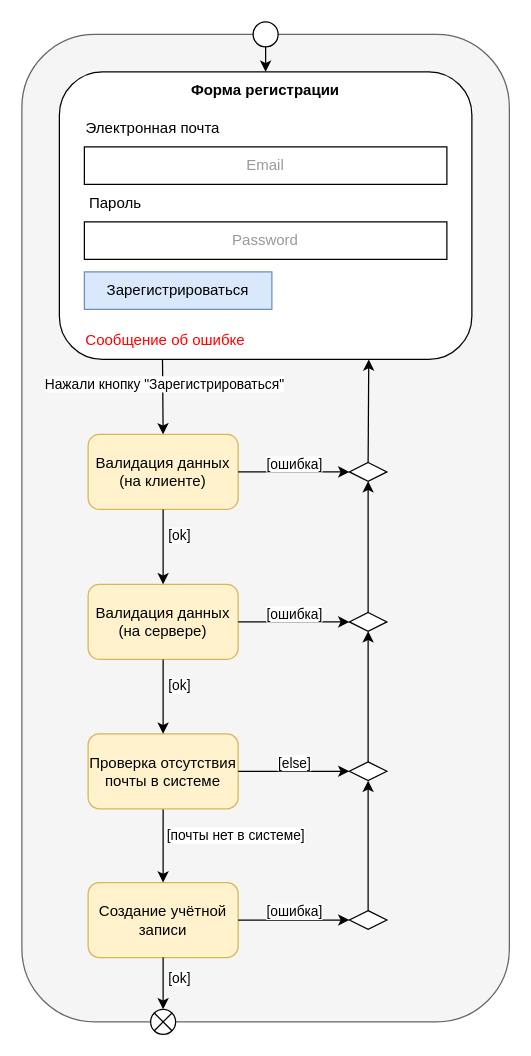
Earlier version of the draw.io diagram task2/raw/registration.drawio (aVorotnikov/micro_design). Source tidied: cells renumbered, new cells numbered last; positions are measured from the earlier drawing's top-left corner, leaving out a move shared by most shapes. Both pictures are drawn from the tidied source at 125%, with x=0, y=0 at pixel (21, 21).
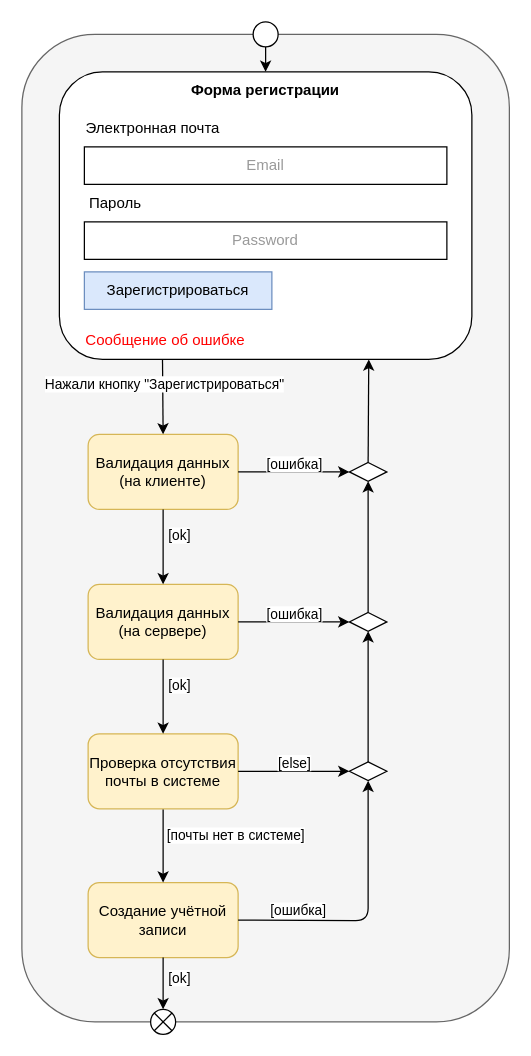
Above is the later version.

The change refers to these unchanged cells:
```xml
<mxCell id="30" style="rhombus;whiteSpace=wrap;html=1;" parent="1" vertex="1">
  <mxGeometry x="262" y="592" width="30" height="15" as="geometry" />
</mxCell>
<mxCell id="34" value="Создание учётной записи" style="rounded=1;whiteSpace=wrap;html=1;fillColor=#fff2cc;strokeColor=#d6b656;" parent="1" vertex="1">
  <mxGeometry x="53" y="688.5" width="120" height="60" as="geometry" />
</mxCell>
```

The edit, as a diff of the source:
```diff
@@
-    <mxCell id="37" style="rhombus;whiteSpace=wrap;html=1;" parent="1" vertex="1">
-      <mxGeometry x="262" y="711" width="30" height="15" as="geometry" />
-    </mxCell>
-    <mxCell id="38" style="endArrow=classic;html=1;rounded=1;exitX=0.5;exitY=0;exitDx=0;exitDy=0;entryX=0.5;entryY=1;entryDx=0;entryDy=0;curved=0;" parent="1" edge="1" source="37" target="30">
-      <mxGeometry relative="1" as="geometry" />
-    </mxCell>
-    <mxCell id="39" style="endArrow=classic;html=1;rounded=1;exitX=1;exitY=0.5;exitDx=0;exitDy=0;entryX=0;entryY=0.5;entryDx=0;entryDy=0;curved=0;" parent="1" edge="1" source="34" target="37">
-      <mxGeometry relative="1" as="geometry" />
+    <mxCell id="39" style="endArrow=classic;html=1;rounded=1;exitX=1;exitY=0.5;exitDx=0;exitDy=0;entryX=0.5;entryY=1;entryDx=0;entryDy=0;curved=0;" parent="1" edge="1" source="34" target="30">
+      <mxGeometry relative="1" as="geometry">
+        <Array as="points">
+          <mxPoint x="277" y="719" />
+        </Array>
+      </mxGeometry>
     </mxCell>
     <mxCell id="40" value="[ошибка]" style="edgeLabel;html=1;align=center;verticalAlign=middle;" parent="39" vertex="1">
       <mxGeometry x="-0.01" y="3" relative="1" as="geometry">
-        <mxPoint y="-4" as="offset" />
+        <mxPoint x="-54" y="-6" as="offset" />
       </mxGeometry>
     </mxCell>
```
